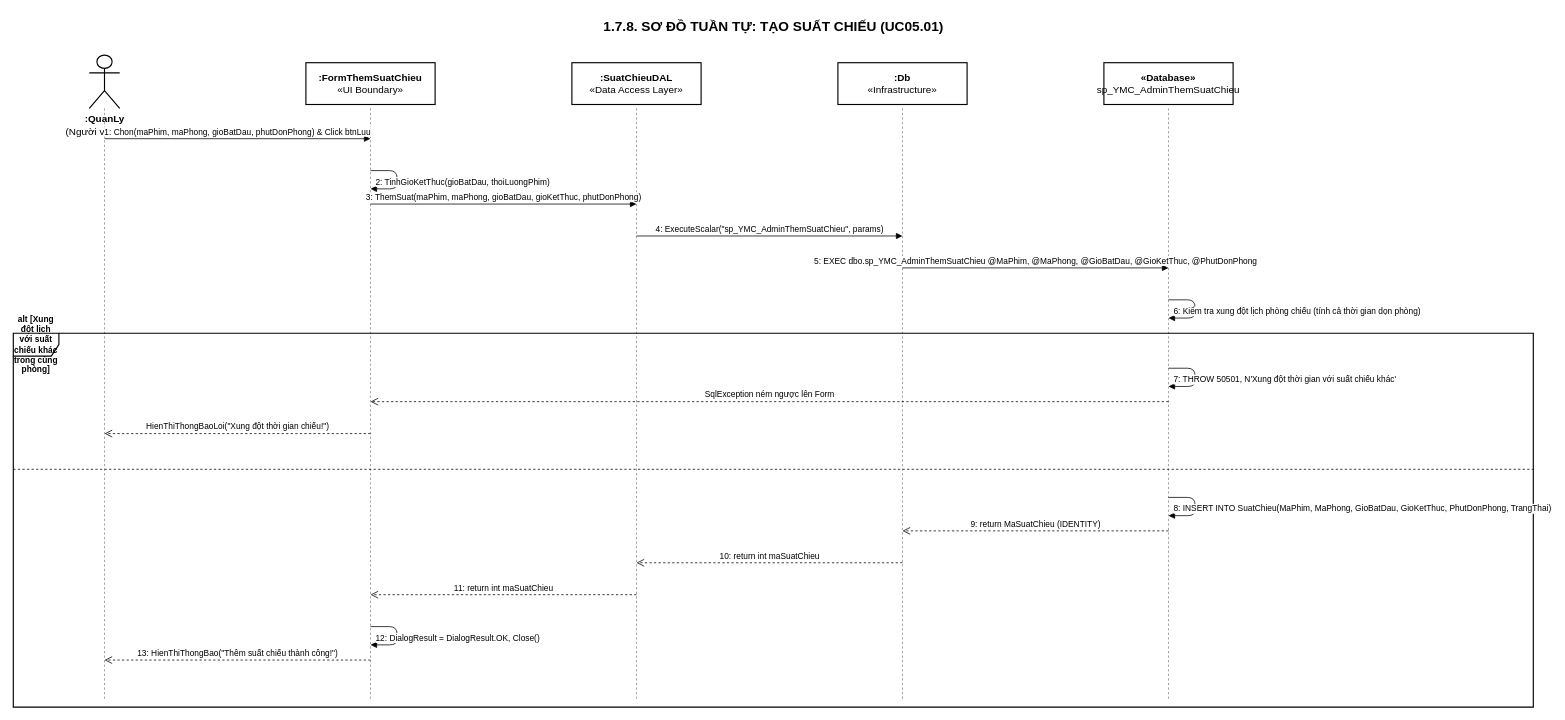
ThanhDat-png/YeuMinhEmCinema keeps this draw.io diagram as Docs/Diagrams/23-Sequence-08-TaoSuatChieu.drawio. Above is the earlier version. Source tidied: cells renumbered, new cells numbered last; positions are measured from the earlier drawing's top-left corner, leaving out a move shared by most shapes. Both pictures are drawn from the tidied source at 76%, with x=0, y=0 at pixel (13, 13).
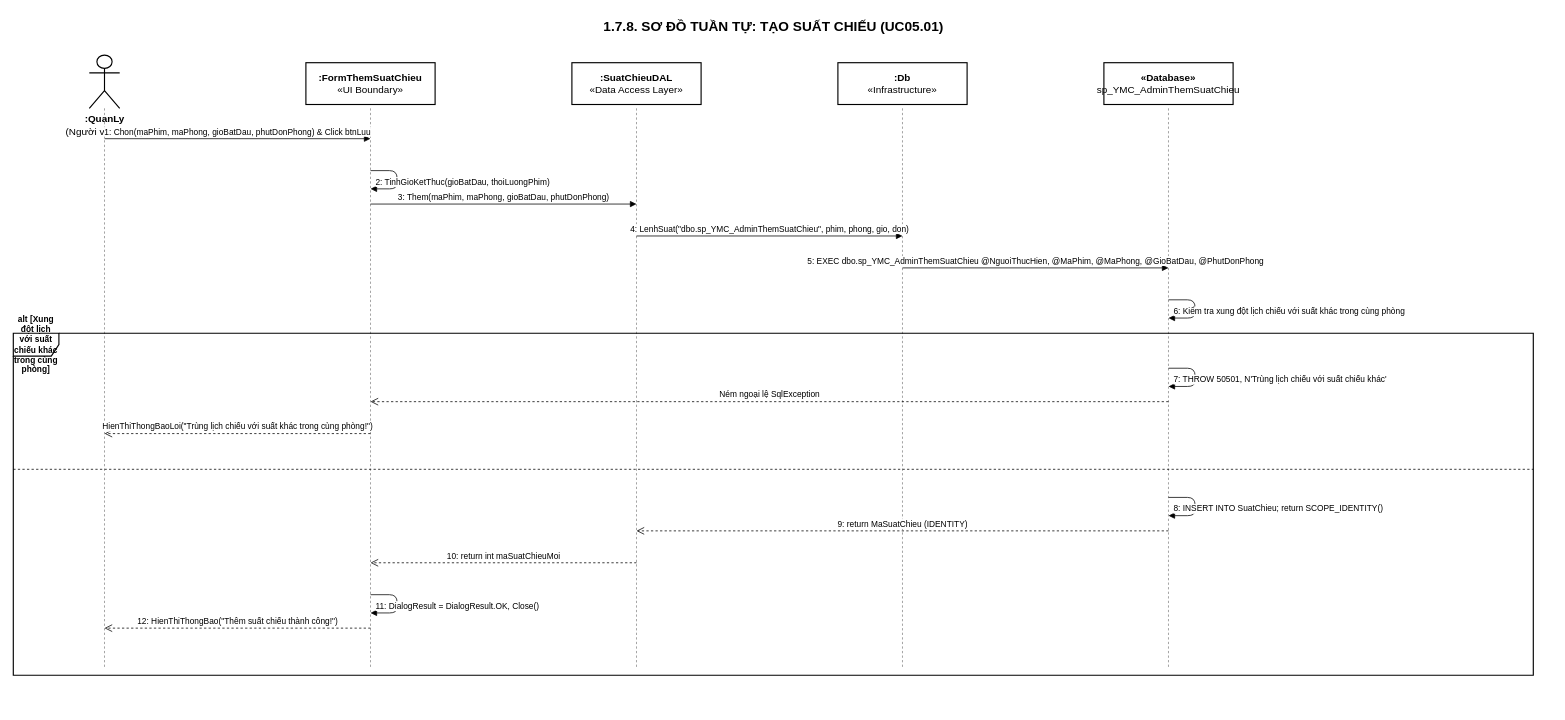
After the change.

Change to the diagram source:
```diff
@@
     <mxCell id="4" style="line;strokeWidth=1;dashed=1;labelPosition=top;verticalLabelPosition=bottom;align=center;verticalAlign=top;strokeColor=#888888;direction=south;" parent="1" vertex="1">
-      <mxGeometry x="115" y="125" width="10" height="778" as="geometry" />
+      <mxGeometry x="115" y="125" width="10" height="736" as="geometry" />
     </mxCell>
@@
     <mxCell id="6" style="line;strokeWidth=1;dashed=1;labelPosition=top;verticalLabelPosition=bottom;align=center;verticalAlign=top;strokeColor=#888888;direction=south;" parent="1" vertex="1">
-      <mxGeometry x="465" y="125" width="10" height="778" as="geometry" />
+      <mxGeometry x="465" y="125" width="10" height="736" as="geometry" />
     </mxCell>
@@
     <mxCell id="8" style="line;strokeWidth=1;dashed=1;labelPosition=top;verticalLabelPosition=bottom;align=center;verticalAlign=top;strokeColor=#888888;direction=south;" parent="1" vertex="1">
-      <mxGeometry x="815" y="125" width="10" height="778" as="geometry" />
+      <mxGeometry x="815" y="125" width="10" height="736" as="geometry" />
     </mxCell>
@@
     <mxCell id="10" style="line;strokeWidth=1;dashed=1;labelPosition=top;verticalLabelPosition=bottom;align=center;verticalAlign=top;strokeColor=#888888;direction=south;" parent="1" vertex="1">
-      <mxGeometry x="1165" y="125" width="10" height="778" as="geometry" />
+      <mxGeometry x="1165" y="125" width="10" height="736" as="geometry" />
     </mxCell>
@@
     <mxCell id="12" style="line;strokeWidth=1;dashed=1;labelPosition=top;verticalLabelPosition=bottom;align=center;verticalAlign=top;strokeColor=#888888;direction=south;" parent="1" vertex="1">
-      <mxGeometry x="1515" y="125" width="10" height="778" as="geometry" />
+      <mxGeometry x="1515" y="125" width="10" height="736" as="geometry" />
     </mxCell>
@@
-    <mxCell id="15" value="3: ThemSuat(maPhim, maPhong, gioBatDau, gioKetThuc, phutDonPhong)" style="html=1;verticalAlign=bottom;endArrow=block;strokeColor=#000000;fontFamily=Arial;fontSize=11;fontColor=#000000;" parent="1" edge="1">
+    <mxCell id="15" value="3: Them(maPhim, maPhong, gioBatDau, phutDonPhong)" style="html=1;verticalAlign=bottom;endArrow=block;strokeColor=#000000;fontFamily=Arial;fontSize=11;fontColor=#000000;" parent="1" edge="1">
       <mxGeometry relative="1" as="geometry">
         <mxPoint x="470" y="251" as="sourcePoint" />
         <mxPoint x="820" y="251" as="targetPoint" />
       </mxGeometry>
     </mxCell>
-    <mxCell id="16" value="4: ExecuteScalar(&quot;sp_YMC_AdminThemSuatChieu&quot;, params)" style="html=1;verticalAlign=bottom;endArrow=block;strokeColor=#000000;fontFamily=Arial;fontSize=11;fontColor=#000000;" parent="1" edge="1">
+    <mxCell id="16" value="4: LenhSuat(&quot;dbo.sp_YMC_AdminThemSuatChieu&quot;, phim, phong, gio, don)" style="html=1;verticalAlign=bottom;endArrow=block;strokeColor=#000000;fontFamily=Arial;fontSize=11;fontColor=#000000;" parent="1" edge="1">
       <mxGeometry relative="1" as="geometry">
         <mxPoint x="820" y="293" as="sourcePoint" />
         <mxPoint x="1170" y="293" as="targetPoint" />
       </mxGeometry>
     </mxCell>
-    <mxCell id="17" value="5: EXEC dbo.sp_YMC_AdminThemSuatChieu @MaPhim, @MaPhong, @GioBatDau, @GioKetThuc, @PhutDonPhong" style="html=1;verticalAlign=bottom;endArrow=block;strokeColor=#000000;fontFamily=Arial;fontSize=11;fontColor=#000000;" parent="1" edge="1">
+    <mxCell id="17" value="5: EXEC dbo.sp_YMC_AdminThemSuatChieu @NguoiThucHien, @MaPhim, @MaPhong, @GioBatDau, @PhutDonPhong" style="html=1;verticalAlign=bottom;endArrow=block;strokeColor=#000000;fontFamily=Arial;fontSize=11;fontColor=#000000;" parent="1" edge="1">
       <mxGeometry relative="1" as="geometry">
         <mxPoint x="1170" y="335" as="sourcePoint" />
         <mxPoint x="1520" y="335" as="targetPoint" />
       </mxGeometry>
     </mxCell>
-    <mxCell id="18" value="6: Kiểm tra xung đột lịch phòng chiếu (tính cả thời gian dọn phòng)" style="edgeStyle=orthogonalEdgeStyle;html=1;align=left;spacingLeft=5;verticalAlign=bottom;endArrow=block;strokeColor=#000000;fontFamily=Arial;fontSize=11;fontColor=#000000;" parent="1" edge="1">
+    <mxCell id="18" value="6: Kiểm tra xung đột lịch chiếu với suất khác trong cùng phòng" style="edgeStyle=orthogonalEdgeStyle;html=1;align=left;spacingLeft=5;verticalAlign=bottom;endArrow=block;strokeColor=#000000;fontFamily=Arial;fontSize=11;fontColor=#000000;" parent="1" edge="1">
       <mxGeometry x="1" relative="1" as="geometry">
         <mxPoint x="1520" y="377" as="sourcePoint" />
         <mxPoint x="1520" y="401" as="targetPoint" />
         <Array as="points">
           <mxPoint x="1555" y="377" />
           <mxPoint x="1555" y="401" />
         </Array>
       </mxGeometry>
     </mxCell>
     <mxCell id="19" value="alt [Xung đột lịch với suất chiếu khác trong cùng phòng]" style="shape=umlFrame;whiteSpace=wrap;html=1;fontFamily=Arial;fontSize=11;fontStyle=1;fillColor=none;strokeColor=#000000;strokeWidth=1.5;fontColor=#000000;" parent="1" vertex="1">
-      <mxGeometry y="421" width="2000" height="492" as="geometry" />
+      <mxGeometry y="421" width="2000" height="450" as="geometry" />
     </mxCell>
-    <mxCell id="20" value="7: THROW 50501, N'Xung đột thời gian với suất chiếu khác'" style="edgeStyle=orthogonalEdgeStyle;html=1;align=left;spacingLeft=5;verticalAlign=bottom;endArrow=block;strokeColor=#000000;fontFamily=Arial;fontSize=11;fontColor=#000000;" parent="1" edge="1">
+    <mxCell id="20" value="7: THROW 50501, N'Trùng lịch chiếu với suất chiếu khác'" style="edgeStyle=orthogonalEdgeStyle;html=1;align=left;spacingLeft=5;verticalAlign=bottom;endArrow=block;strokeColor=#000000;fontFamily=Arial;fontSize=11;fontColor=#000000;" parent="1" edge="1">
       <mxGeometry x="1" relative="1" as="geometry">
         <mxPoint x="1520" y="467" as="sourcePoint" />
         <mxPoint x="1520" y="491" as="targetPoint" />
         <Array as="points">
           <mxPoint x="1555" y="467" />
           <mxPoint x="1555" y="491" />
         </Array>
       </mxGeometry>
     </mxCell>
-    <mxCell id="21" value="SqlException ném ngược lên Form" style="html=1;verticalAlign=bottom;endArrow=open;dashed=1;endSize=8;strokeColor=#000000;fontFamily=Arial;fontSize=11;fontColor=#000000;" parent="1" edge="1">
+    <mxCell id="21" value="Ném ngoại lệ SqlException" style="html=1;verticalAlign=bottom;endArrow=open;dashed=1;endSize=8;strokeColor=#000000;fontFamily=Arial;fontSize=11;fontColor=#000000;" parent="1" edge="1">
       <mxGeometry relative="1" as="geometry">
         <mxPoint x="1520" y="511" as="sourcePoint" />
         <mxPoint x="470" y="511" as="targetPoint" />
       </mxGeometry>
     </mxCell>
-    <mxCell id="22" value="HienThiThongBaoLoi(&quot;Xung đột thời gian chiếu!&quot;)" style="html=1;verticalAlign=bottom;endArrow=open;dashed=1;endSize=8;strokeColor=#000000;fontFamily=Arial;fontSize=11;fontColor=#000000;" parent="1" edge="1">
+    <mxCell id="22" value="HienThiThongBaoLoi(&quot;Trùng lịch chiếu với suất khác trong cùng phòng!&quot;)" style="html=1;verticalAlign=bottom;endArrow=open;dashed=1;endSize=8;strokeColor=#000000;fontFamily=Arial;fontSize=11;fontColor=#000000;" parent="1" edge="1">
       <mxGeometry relative="1" as="geometry">
         <mxPoint x="470" y="553" as="sourcePoint" />
         <mxPoint x="120" y="553" as="targetPoint" />
       </mxGeometry>
     </mxCell>
@@
-    <mxCell id="24" value="8: INSERT INTO SuatChieu(MaPhim, MaPhong, GioBatDau, GioKetThuc, PhutDonPhong, TrangThai)" style="edgeStyle=orthogonalEdgeStyle;html=1;align=left;spacingLeft=5;verticalAlign=bottom;endArrow=block;strokeColor=#000000;fontFamily=Arial;fontSize=11;fontColor=#000000;" parent="1" edge="1">
+    <mxCell id="24" value="8: INSERT INTO SuatChieu; return SCOPE_IDENTITY()" style="edgeStyle=orthogonalEdgeStyle;html=1;align=left;spacingLeft=5;verticalAlign=bottom;endArrow=block;strokeColor=#000000;fontFamily=Arial;fontSize=11;fontColor=#000000;" parent="1" edge="1">
       <mxGeometry x="1" relative="1" as="geometry">
         <mxPoint x="1520" y="637" as="sourcePoint" />
         <mxPoint x="1520" y="661" as="targetPoint" />
         <Array as="points">
           <mxPoint x="1555" y="637" />
           <mxPoint x="1555" y="661" />
         </Array>
       </mxGeometry>
     </mxCell>
     <mxCell id="25" value="9: return MaSuatChieu (IDENTITY)" style="html=1;verticalAlign=bottom;endArrow=open;dashed=1;endSize=8;strokeColor=#000000;fontFamily=Arial;fontSize=11;fontColor=#000000;" parent="1" edge="1">
       <mxGeometry relative="1" as="geometry">
         <mxPoint x="1520" y="681" as="sourcePoint" />
-        <mxPoint x="1170" y="681" as="targetPoint" />
+        <mxPoint x="820" y="681" as="targetPoint" />
       </mxGeometry>
     </mxCell>
-    <mxCell id="26" value="10: return int maSuatChieu" style="html=1;verticalAlign=bottom;endArrow=open;dashed=1;endSize=8;strokeColor=#000000;fontFamily=Arial;fontSize=11;fontColor=#000000;" parent="1" edge="1">
+    <mxCell id="26" value="10: return int maSuatChieuMoi" style="html=1;verticalAlign=bottom;endArrow=open;dashed=1;endSize=8;strokeColor=#000000;fontFamily=Arial;fontSize=11;fontColor=#000000;" parent="1" edge="1">
       <mxGeometry relative="1" as="geometry">
-        <mxPoint x="1170" y="723" as="sourcePoint" />
-        <mxPoint x="820" y="723" as="targetPoint" />
+        <mxPoint x="820" y="723" as="sourcePoint" />
+        <mxPoint x="470" y="723" as="targetPoint" />
       </mxGeometry>
     </mxCell>
-    <mxCell id="27" value="11: return int maSuatChieu" style="html=1;verticalAlign=bottom;endArrow=open;dashed=1;endSize=8;strokeColor=#000000;fontFamily=Arial;fontSize=11;fontColor=#000000;" parent="1" edge="1">
-      <mxGeometry relative="1" as="geometry">
-        <mxPoint x="820" y="765" as="sourcePoint" />
-        <mxPoint x="470" y="765" as="targetPoint" />
+    <mxCell id="27" value="11: DialogResult = DialogResult.OK, Close()" style="edgeStyle=orthogonalEdgeStyle;html=1;align=left;spacingLeft=5;verticalAlign=bottom;endArrow=block;strokeColor=#000000;fontFamily=Arial;fontSize=11;fontColor=#000000;" parent="1" edge="1">
+      <mxGeometry x="1" relative="1" as="geometry">
+        <mxPoint x="470" y="765" as="sourcePoint" />
+        <mxPoint x="470" y="789" as="targetPoint" />
+        <Array as="points">
+          <mxPoint x="505" y="765" />
+          <mxPoint x="505" y="789" />
+        </Array>
       </mxGeometry>
     </mxCell>
-    <mxCell id="28" value="12: DialogResult = DialogResult.OK, Close()" style="edgeStyle=orthogonalEdgeStyle;html=1;align=left;spacingLeft=5;verticalAlign=bottom;endArrow=block;strokeColor=#000000;fontFamily=Arial;fontSize=11;fontColor=#000000;" parent="1" edge="1">
-      <mxGeometry x="1" relative="1" as="geometry">
-        <mxPoint x="470" y="807" as="sourcePoint" />
-        <mxPoint x="470" y="831" as="targetPoint" />
-        <Array as="points">
-          <mxPoint x="505" y="807" />
-          <mxPoint x="505" y="831" />
-        </Array>
+    <mxCell id="28" value="12: HienThiThongBao(&quot;Thêm suất chiếu thành công!&quot;)" style="html=1;verticalAlign=bottom;endArrow=open;dashed=1;endSize=8;strokeColor=#000000;fontFamily=Arial;fontSize=11;fontColor=#000000;" parent="1" edge="1">
+      <mxGeometry relative="1" as="geometry">
+        <mxPoint x="470" y="809" as="sourcePoint" />
+        <mxPoint x="120" y="809" as="targetPoint" />
       </mxGeometry>
     </mxCell>
-    <mxCell id="29" value="13: HienThiThongBao(&quot;Thêm suất chiếu thành công!&quot;)" style="html=1;verticalAlign=bottom;endArrow=open;dashed=1;endSize=8;strokeColor=#000000;fontFamily=Arial;fontSize=11;fontColor=#000000;" parent="1" edge="1">
-      <mxGeometry relative="1" as="geometry">
-        <mxPoint x="470" y="851" as="sourcePoint" />
-        <mxPoint x="120" y="851" as="targetPoint" />
-      </mxGeometry>
-    </mxCell>
```
